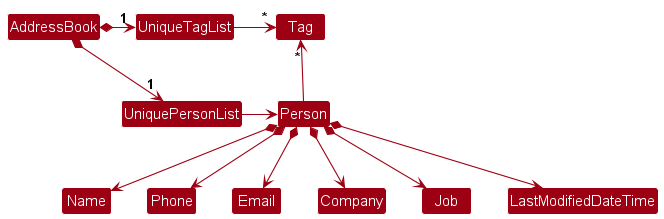
This is docs/images/BetterModelClassDiagram.png from xavierpok/tp, a PlantUML export, as it was before one commit.
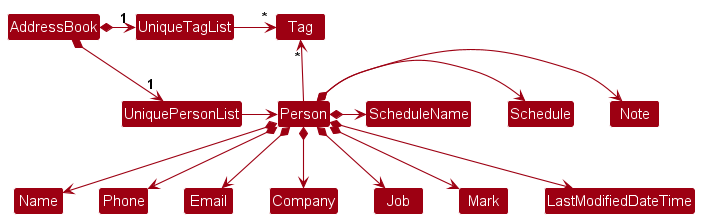
Above is the later version.

Commit message:
Debug Model in DG

The edit, as a diff of the source:
```diff
@@ -19,5 +19,9 @@
 Person *--> Email
 Person *--> Company
 Person *--> Job
+Person *--> Mark
 Person *--> LastModifiedDateTime
+Person *-> Note
+Person *-> Schedule
+Person *-> ScheduleName
 @enduml
```
